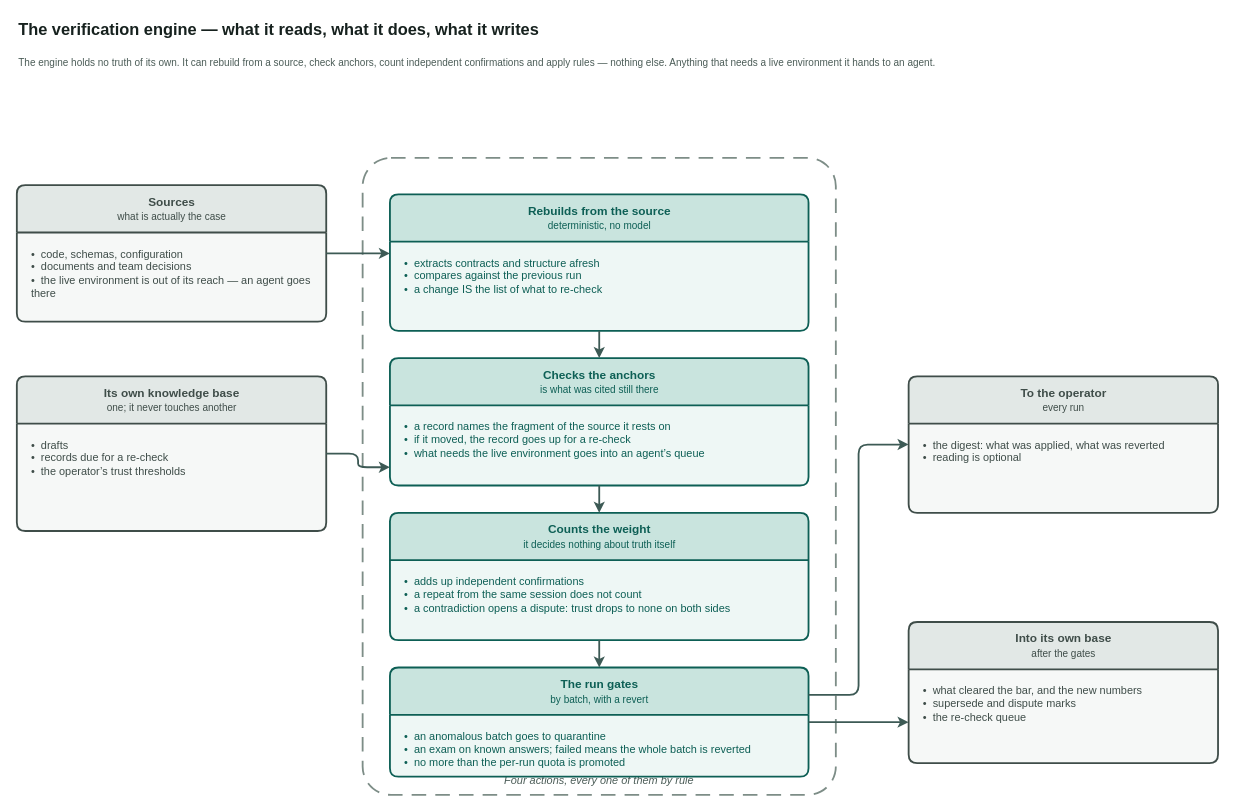
This is page "The verification engine" (3 of 6) of docs/adr/adr-knowledge-base-v3-overview.drawio from VirtoCommerce/ai-tools, a draw.io file, before an edit. Source tidied: cells renumbered, new cells numbered last; positions are measured from the earlier drawing's top-left corner, leaving out a move shared by most shapes. Both pictures are drawn from the tidied source at 91%, with x=0, y=0 at pixel (16, 15).
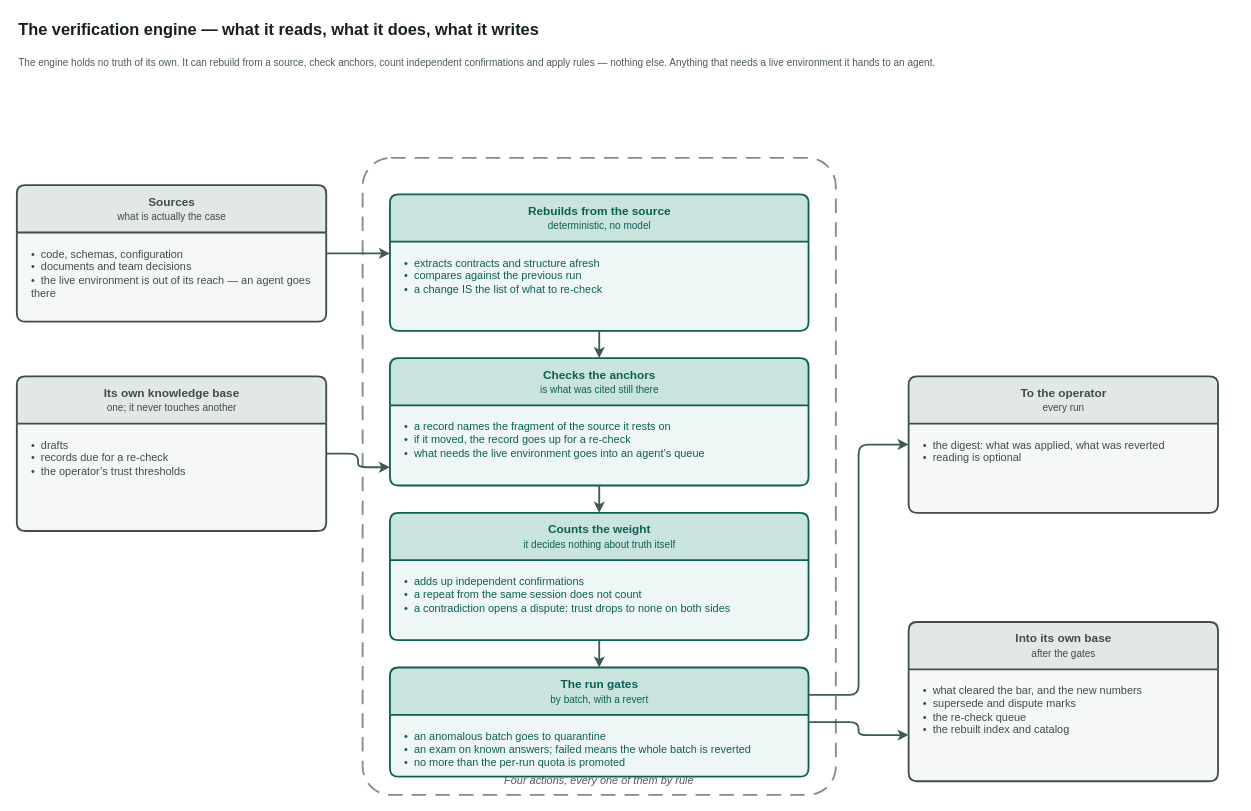
The same page after the edit.

Commit message (it also covers changes not shown here):
docs(adr): kb v3 — the index appears where it is built and where it is used (VCST-5776)

Change to the diagram source:
```diff
@@
     <mxCell id="17" value="Into its own base&lt;br&gt;&lt;span style=&quot;font-size:11px;font-weight:normal&quot;&gt;after the gates&lt;/span&gt;" style="swimlane;html=1;rounded=1;arcSize=6;startSize=52;horizontal=1;fillColor=#e2e8e6;swimlaneFillColor=#f6f8f7;strokeColor=#3f4d49;fontColor=#3f4d49;fontSize=13;fontStyle=1;align=center;verticalAlign=middle;strokeWidth=2;fontFamily=Helvetica;" parent="1" vertex="1">
-      <mxGeometry x="980" y="666" width="340" height="155" as="geometry" />
+      <mxGeometry x="980" y="666" width="340" height="175" as="geometry" />
     </mxCell>
-    <mxCell id="18" value="•&amp;nbsp; what cleared the bar, and the new numbers&lt;br&gt;•&amp;nbsp; supersede and dispute marks&lt;br&gt;•&amp;nbsp; the re-check queue" style="text;html=1;align=left;verticalAlign=top;whiteSpace=wrap;spacingLeft=14;spacingTop=10;spacingRight=10;fontSize=12;fontColor=#3f4d49;fontFamily=Helvetica;" parent="17" vertex="1">
-      <mxGeometry y="52" width="340" height="103" as="geometry" />
+    <mxCell id="18" value="•&amp;nbsp; what cleared the bar, and the new numbers&lt;br&gt;•&amp;nbsp; supersede and dispute marks&lt;br&gt;•&amp;nbsp; the re-check queue&lt;br&gt;•&amp;nbsp; the rebuilt index and catalog" style="text;html=1;align=left;verticalAlign=top;whiteSpace=wrap;spacingLeft=14;spacingTop=10;spacingRight=10;fontSize=12;fontColor=#3f4d49;fontFamily=Helvetica;" parent="17" vertex="1">
+      <mxGeometry y="52" width="340" height="123" as="geometry" />
     </mxCell>
```
